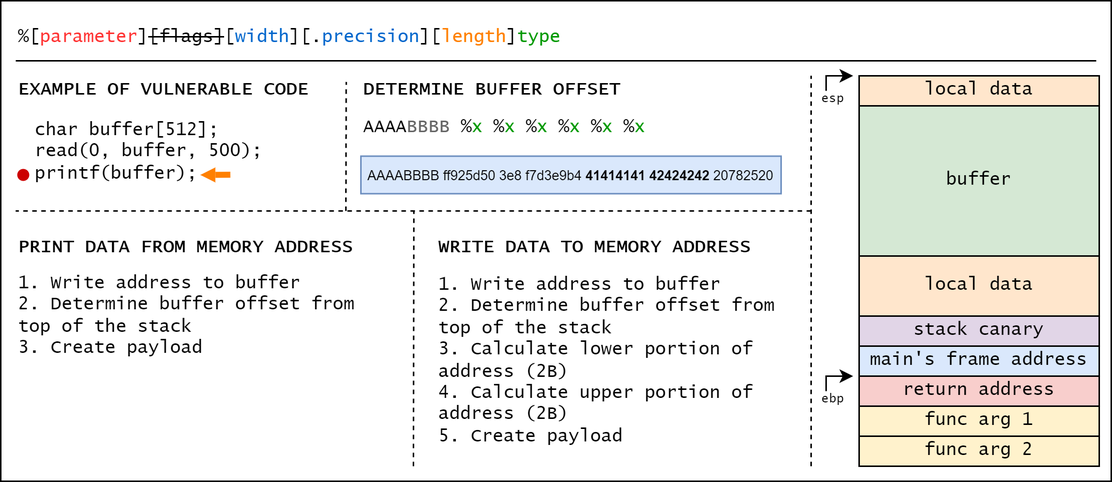
This is images/format-string-rw.png from Sofurs/bit-semestral-project, a draw.io export, as it was before one commit. Source tidied: cells renumbered, new cells last; positions are measured from the earlier drawing's top-left corner, leaving out a move shared by most shapes. Its diagram source:
```xml
<mxGraphModel>
  <root>
    <mxCell id="0" />
    <mxCell id="1" parent="0" />
    <mxCell id="2" style="rounded=0;whiteSpace=wrap;html=1;fontFamily=Lucida Console;fontColor=#000000;fillColor=none;" parent="1" vertex="1">
      <mxGeometry width="740" height="320" as="geometry" />
    </mxCell>
    <mxCell id="3" value="%[&lt;font color=&quot;#ff3333&quot;&gt;parameter&lt;/font&gt;]&lt;strike&gt;[flags]&lt;/strike&gt;[&lt;font color=&quot;#0066cc&quot;&gt;width&lt;/font&gt;][.&lt;font color=&quot;#0066cc&quot;&gt;precision&lt;/font&gt;][&lt;font color=&quot;#ff8000&quot;&gt;length&lt;/font&gt;]&lt;font color=&quot;#009900&quot;&gt;type&lt;/font&gt;" style="text;html=1;align=left;verticalAlign=middle;strokeColor=none;fillColor=none;fontFamily=Lucida Console;fontColor=#000000;" parent="1" vertex="1">
      <mxGeometry x="10" y="10" width="390" height="30" as="geometry" />
    </mxCell>
    <mxCell id="4" style="endArrow=none;html=1;rounded=0;fontFamily=Lucida Console;fontColor=#000000;" parent="1" edge="1">
      <mxGeometry relative="1" as="geometry">
        <mxPoint x="730" y="40" as="sourcePoint" />
        <mxPoint x="10" y="40" as="targetPoint" />
      </mxGeometry>
    </mxCell>
    <mxCell id="5" value="&lt;b&gt;PRINT DATA FROM MEMORY ADDRESS&lt;/b&gt;" style="text;html=1;align=left;verticalAlign=middle;strokeColor=none;fillColor=none;fontFamily=Lucida Console;fontColor=#000000;" parent="1" vertex="1">
      <mxGeometry x="10" y="150" width="250" height="30" as="geometry" />
    </mxCell>
    <mxCell id="6" value="&lt;b&gt;WRITE DATA TO MEMORY ADDRESS&lt;/b&gt;" style="text;html=1;align=left;verticalAlign=middle;strokeColor=none;fillColor=none;fontFamily=Lucida Console;fontColor=#000000;" parent="1" vertex="1">
      <mxGeometry x="290" y="150" width="230" height="30" as="geometry" />
    </mxCell>
    <mxCell id="7" value="&lt;b&gt;EXAMPLE OF VULNERABLE CODE&lt;/b&gt;" style="text;html=1;align=left;verticalAlign=middle;points=[];strokeColor=none;fillColor=none;fontFamily=Lucida Console;fontColor=#000000;" parent="1" vertex="1">
      <mxGeometry x="10" y="45" width="220" height="30" as="geometry" />
    </mxCell>
    <mxCell id="8" value="&lt;b&gt;DETERMINE BUFFER OFFSET&lt;/b&gt;" style="text;html=1;align=left;verticalAlign=middle;strokeColor=none;fillColor=none;fontFamily=Lucida Console;fontColor=#000000;" parent="1" vertex="1">
      <mxGeometry x="240" y="45" width="190" height="30" as="geometry" />
    </mxCell>
    <mxCell id="9" style="endArrow=none;dashed=1;html=1;rounded=0;fontFamily=Lucida Console;fontColor=#000000;entryX=1.001;entryY=0.303;entryDx=0;entryDy=0;entryPerimeter=0;" parent="1" edge="1" target="7">
      <mxGeometry relative="1" as="geometry">
        <mxPoint x="230" y="140" as="sourcePoint" />
      </mxGeometry>
    </mxCell>
    <mxCell id="10" style="endArrow=none;dashed=1;html=1;rounded=0;fontFamily=Lucida Console;fontColor=#000000;" parent="1" edge="1">
      <mxGeometry relative="1" as="geometry">
        <mxPoint x="540" y="140" as="sourcePoint" />
        <mxPoint x="10" y="140" as="targetPoint" />
      </mxGeometry>
    </mxCell>
    <mxCell id="11" style="endArrow=none;dashed=1;html=1;rounded=0;fontFamily=Lucida Console;fontColor=#000000;" parent="1" edge="1">
      <mxGeometry relative="1" as="geometry">
        <mxPoint x="540" y="310" as="sourcePoint" />
        <mxPoint x="540" y="50" as="targetPoint" />
      </mxGeometry>
    </mxCell>
    <mxCell id="12" value="return address" style="rounded=0;whiteSpace=wrap;html=1;fontFamily=Lucida Console;fontSize=12;fillColor=#f8cecc;strokeColor=default;" parent="1" vertex="1">
      <mxGeometry x="572" y="250" width="160" height="20" as="geometry" />
    </mxCell>
    <mxCell id="13" value="main's frame address" style="rounded=0;whiteSpace=wrap;html=1;fontFamily=Lucida Console;fontSize=12;fillColor=#dae8fc;strokeColor=default;" parent="1" vertex="1">
      <mxGeometry x="572" y="230" width="160" height="20" as="geometry" />
    </mxCell>
    <mxCell id="14" value="stack canary" style="rounded=0;whiteSpace=wrap;html=1;fontFamily=Lucida Console;fontSize=12;fillColor=#e1d5e7;strokeColor=default;" parent="1" vertex="1">
      <mxGeometry x="572" y="210" width="160" height="20" as="geometry" />
    </mxCell>
    <mxCell id="15" value="local data" style="rounded=0;whiteSpace=wrap;html=1;fontFamily=Lucida Console;fontSize=12;fillColor=#ffe6cc;strokeColor=default;" parent="1" vertex="1">
      <mxGeometry x="572" y="170" width="160" height="40" as="geometry" />
    </mxCell>
    <mxCell id="16" value="func arg 1" style="rounded=0;whiteSpace=wrap;html=1;fontFamily=Lucida Console;fontSize=12;fillColor=#fff2cc;strokeColor=default;" parent="1" vertex="1">
      <mxGeometry x="572" y="270" width="160" height="20" as="geometry" />
    </mxCell>
    <mxCell id="17" value="func arg 2" style="rounded=0;whiteSpace=wrap;html=1;fontFamily=Lucida Console;fontSize=12;fillColor=#fff2cc;strokeColor=default;" parent="1" vertex="1">
      <mxGeometry x="572" y="290" width="160" height="20" as="geometry" />
    </mxCell>
    <mxCell id="18" value="buffer" style="rounded=0;whiteSpace=wrap;html=1;fontFamily=Lucida Console;fontSize=12;fillColor=#d5e8d4;strokeColor=default;" parent="1" vertex="1">
      <mxGeometry x="572" y="70" width="160" height="100" as="geometry" />
    </mxCell>
    <mxCell id="19" value="local data" style="rounded=0;whiteSpace=wrap;html=1;fontFamily=Lucida Console;fontSize=12;fillColor=#ffe6cc;strokeColor=default;" parent="1" vertex="1">
      <mxGeometry x="572" y="50" width="160" height="20" as="geometry" />
    </mxCell>
    <mxCell id="20" value="&lt;font style=&quot;font-size: 8px;&quot;&gt;ebp&lt;/font&gt;" style="text;html=1;strokeColor=none;fillColor=none;align=center;verticalAlign=middle;whiteSpace=wrap;rounded=0;fontFamily=Lucida Console;fontSize=12;fontColor=default;" parent="1" vertex="1">
      <mxGeometry x="545" y="260" width="20" height="10" as="geometry" />
    </mxCell>
    <mxCell id="21" style="endArrow=classic;html=1;fontFamily=Lucida Console;fontSize=12;fontColor=default;endSize=6;startSize=6;jumpSize=6;sketch=0;rounded=0;" parent="1" edge="1">
      <mxGeometry relative="1" as="geometry">
        <mxPoint x="550" y="260" as="sourcePoint" />
        <mxPoint x="568" y="250" as="targetPoint" />
        <Array as="points">
          <mxPoint x="550" y="250" />
        </Array>
      </mxGeometry>
    </mxCell>
    <mxCell id="22" value="&lt;font style=&quot;font-size: 8px;&quot;&gt;esp&lt;/font&gt;" style="text;html=1;strokeColor=none;fillColor=none;align=center;verticalAlign=middle;whiteSpace=wrap;rounded=0;fontFamily=Lucida Console;fontSize=12;fontColor=default;" parent="1" vertex="1">
      <mxGeometry x="545" y="60" width="20" height="10" as="geometry" />
    </mxCell>
    <mxCell id="23" style="endArrow=classic;html=1;fontFamily=Lucida Console;fontSize=12;fontColor=default;endSize=6;startSize=6;jumpSize=6;sketch=0;rounded=0;" parent="1" edge="1">
      <mxGeometry relative="1" as="geometry">
        <mxPoint x="550" y="60" as="sourcePoint" />
        <mxPoint x="568" y="50" as="targetPoint" />
        <Array as="points">
          <mxPoint x="550" y="50" />
        </Array>
      </mxGeometry>
    </mxCell>
    <mxCell id="24" style="group;" parent="1" vertex="1">
      <mxGeometry x="10" y="81" width="171" height="40" as="geometry" />
    </mxCell>
    <mxCell id="25" style="group;" parent="24" vertex="1">
      <mxGeometry width="171" height="40" as="geometry" />
    </mxCell>
    <mxCell id="26" value="char buffer[512];&lt;br&gt;read(0, buffer, 500);&lt;br&gt;printf(buffer);" style="text;html=1;strokeColor=none;fillColor=none;align=left;verticalAlign=middle;whiteSpace=wrap;rounded=0;fontFamily=Lucida Console;fontSize=12;fontColor=default;" parent="25" vertex="1">
      <mxGeometry x="11" width="160" height="40" as="geometry" />
    </mxCell>
    <mxCell id="27" style="ellipse;whiteSpace=wrap;html=1;strokeColor=none;fontFamily=Lucida Console;fontSize=12;fillColor=#CC0000;" parent="25" vertex="1">
      <mxGeometry x="1" y="31" width="8" height="8" as="geometry" />
    </mxCell>
    <mxCell id="28" style="group;" parent="25" vertex="1">
      <mxGeometry x="123" y="30" width="20" height="10" as="geometry" />
    </mxCell>
    <mxCell id="29" style="group;" parent="28" vertex="1">
      <mxGeometry width="20" height="10" as="geometry" />
    </mxCell>
    <mxCell id="30" style="triangle;whiteSpace=wrap;html=1;strokeColor=none;fontFamily=Lucida Console;fontSize=12;fontColor=default;fillColor=#FF8000;flipV=0;flipH=1;" parent="29" vertex="1">
      <mxGeometry width="10" height="10" as="geometry" />
    </mxCell>
    <mxCell id="31" style="endArrow=none;html=1;fontFamily=Lucida Console;fontSize=12;fontColor=default;endSize=6;startSize=6;jumpSize=6;fillColor=#ffe6cc;strokeColor=#FF8000;sketch=0;rounded=0;strokeWidth=4;endFill=0;" parent="29" edge="1" target="30">
      <mxGeometry relative="1" as="geometry">
        <mxPoint x="20" y="4.9" as="sourcePoint" />
      </mxGeometry>
    </mxCell>
    <mxCell id="32" value="AAAA&lt;font color=&quot;#666666&quot;&gt;BBBB&lt;/font&gt; %&lt;font color=&quot;#009900&quot;&gt;x&lt;/font&gt; %&lt;font color=&quot;#009900&quot;&gt;x&lt;/font&gt;&amp;nbsp;%&lt;font color=&quot;#009900&quot;&gt;x&lt;/font&gt;&amp;nbsp;%&lt;font color=&quot;#009900&quot;&gt;x&lt;/font&gt;&amp;nbsp;%&lt;font color=&quot;#009900&quot;&gt;x&lt;/font&gt;&amp;nbsp;%&lt;font color=&quot;#009900&quot;&gt;x&lt;/font&gt;" style="text;html=1;strokeColor=none;fillColor=none;align=left;verticalAlign=middle;whiteSpace=wrap;rounded=0;fontFamily=Lucida Console;fontColor=#000000;" parent="1" vertex="1">
      <mxGeometry x="240" y="75" width="280" height="20" as="geometry" />
    </mxCell>
    <mxCell id="33" style="endArrow=none;dashed=1;html=1;rounded=0;fontFamily=Lucida Console;fontColor=#000000;" parent="1" edge="1">
      <mxGeometry relative="1" as="geometry">
        <mxPoint x="275" y="310" as="sourcePoint" />
        <mxPoint x="275.3" y="140" as="targetPoint" />
      </mxGeometry>
    </mxCell>
    <mxCell id="34" value="1. Write address to buffer&lt;br&gt;2. Determine buffer offset from top of the stack&lt;br&gt;3. Create payload&lt;br&gt;" style="text;html=1;strokeColor=none;fillColor=none;align=left;verticalAlign=middle;whiteSpace=wrap;rounded=0;fontFamily=Lucida Console;fontColor=#000000;" parent="1" vertex="1">
      <mxGeometry x="10" y="180" width="240" height="60" as="geometry" />
    </mxCell>
    <mxCell id="35" value="&lt;font style=&quot;font-size: 12px;&quot;&gt;1. Write address to buffer&lt;br&gt;2. Determine buffer offset from top of the stack&lt;br&gt;3. Calculate lower portion of address (2B)&lt;br&gt;4. Calculate upper portion of address (2B)&lt;br&gt;5. Create payload&lt;br&gt;&lt;/font&gt;" style="text;html=1;strokeColor=none;fillColor=none;align=left;verticalAlign=middle;whiteSpace=wrap;rounded=0;fontFamily=Lucida Console;fontColor=#000000;" parent="1" vertex="1">
      <mxGeometry x="290" y="180" width="240" height="120" as="geometry" />
    </mxCell>
    <mxCell id="36" value="&lt;font style=&quot;font-size: 9px;&quot;&gt;AAAABBBB ff925d50 3e8 f7d3e9b4 &lt;b&gt;41414141&lt;/b&gt; &lt;b&gt;42424242&lt;/b&gt; 20782520&lt;/font&gt;" style="text;html=1;strokeColor=#6c8ebf;fillColor=#dae8fc;align=center;verticalAlign=middle;whiteSpace=wrap;rounded=0;" parent="1" vertex="1">
      <mxGeometry x="240" y="103.5" width="280" height="25" as="geometry" />
    </mxCell>
  </root>
</mxGraphModel>
```
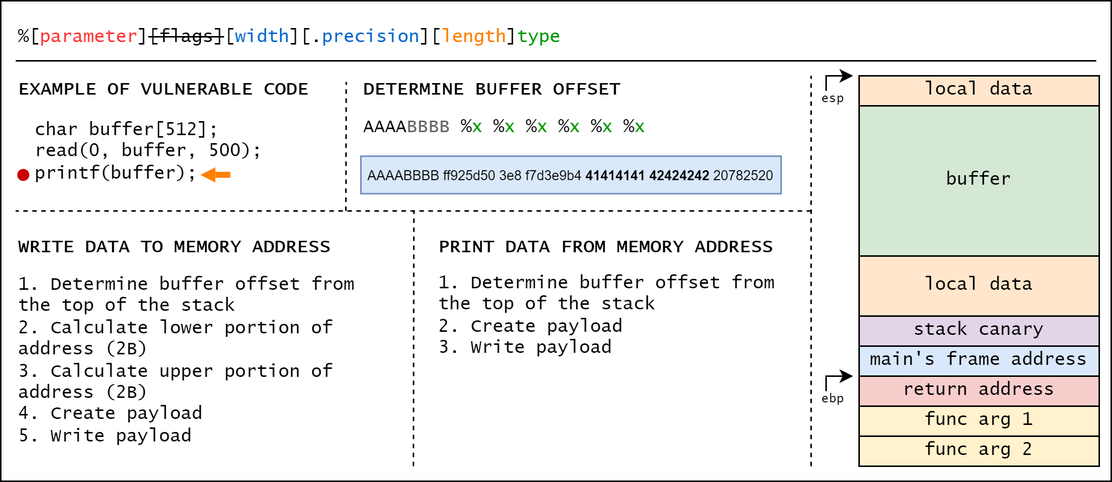
After the commit.

What changed in the source:
```diff
@@ -15,10 +15,10 @@
       </mxGeometry>
     </mxCell>
     <mxCell id="5" value="&lt;b&gt;PRINT DATA FROM MEMORY ADDRESS&lt;/b&gt;" style="text;html=1;align=left;verticalAlign=middle;strokeColor=none;fillColor=none;fontFamily=Lucida Console;fontColor=#000000;" parent="1" vertex="1">
-      <mxGeometry x="10" y="150" width="250" height="30" as="geometry" />
+      <mxGeometry x="290" y="150" width="250" height="30" as="geometry" />
     </mxCell>
     <mxCell id="6" value="&lt;b&gt;WRITE DATA TO MEMORY ADDRESS&lt;/b&gt;" style="text;html=1;align=left;verticalAlign=middle;strokeColor=none;fillColor=none;fontFamily=Lucida Console;fontColor=#000000;" parent="1" vertex="1">
-      <mxGeometry x="290" y="150" width="230" height="30" as="geometry" />
+      <mxGeometry x="10" y="150" width="230" height="30" as="geometry" />
     </mxCell>
     <mxCell id="7" value="&lt;b&gt;EXAMPLE OF VULNERABLE CODE&lt;/b&gt;" style="text;html=1;align=left;verticalAlign=middle;points=[];strokeColor=none;fillColor=none;fontFamily=Lucida Console;fontColor=#000000;" parent="1" vertex="1">
       <mxGeometry x="10" y="45" width="220" height="30" as="geometry" />
@@ -126,11 +126,11 @@
         <mxPoint x="275.3" y="140" as="targetPoint" />
       </mxGeometry>
     </mxCell>
-    <mxCell id="34" value="1. Write address to buffer&lt;br&gt;2. Determine buffer offset from top of the stack&lt;br&gt;3. Create payload&lt;br&gt;" style="text;html=1;strokeColor=none;fillColor=none;align=left;verticalAlign=middle;whiteSpace=wrap;rounded=0;fontFamily=Lucida Console;fontColor=#000000;" parent="1" vertex="1">
-      <mxGeometry x="10" y="180" width="240" height="60" as="geometry" />
+    <mxCell id="34" value="1. Determine buffer offset from the top of the stack&lt;br&gt;2. Create payload&lt;br&gt;3. Write payload" style="text;html=1;strokeColor=none;fillColor=none;align=left;verticalAlign=middle;whiteSpace=wrap;rounded=0;fontFamily=Lucida Console;fontColor=#000000;" parent="1" vertex="1">
+      <mxGeometry x="290" y="180" width="240" height="60" as="geometry" />
     </mxCell>
-    <mxCell id="35" value="&lt;font style=&quot;font-size: 12px;&quot;&gt;1. Write address to buffer&lt;br&gt;2. Determine buffer offset from top of the stack&lt;br&gt;3. Calculate lower portion of address (2B)&lt;br&gt;4. Calculate upper portion of address (2B)&lt;br&gt;5. Create payload&lt;br&gt;&lt;/font&gt;" style="text;html=1;strokeColor=none;fillColor=none;align=left;verticalAlign=middle;whiteSpace=wrap;rounded=0;fontFamily=Lucida Console;fontColor=#000000;" parent="1" vertex="1">
-      <mxGeometry x="290" y="180" width="240" height="120" as="geometry" />
+    <mxCell id="35" value="&lt;font style=&quot;font-size: 12px;&quot;&gt;1. Determine buffer offset from the top of the stack&lt;br&gt;2. Calculate lower portion of address (2B)&lt;br&gt;3. Calculate upper portion of address (2B)&lt;br&gt;4. Create payload&lt;br&gt;5. Write payload&lt;br&gt;&lt;/font&gt;" style="text;html=1;strokeColor=none;fillColor=none;align=left;verticalAlign=middle;whiteSpace=wrap;rounded=0;fontFamily=Lucida Console;fontColor=#000000;" parent="1" vertex="1">
+      <mxGeometry x="10" y="180" width="240" height="120" as="geometry" />
     </mxCell>
     <mxCell id="36" value="&lt;font style=&quot;font-size: 9px;&quot;&gt;AAAABBBB ff925d50 3e8 f7d3e9b4 &lt;b&gt;41414141&lt;/b&gt; &lt;b&gt;42424242&lt;/b&gt; 20782520&lt;/font&gt;" style="text;html=1;strokeColor=#6c8ebf;fillColor=#dae8fc;align=center;verticalAlign=middle;whiteSpace=wrap;rounded=0;" parent="1" vertex="1">
       <mxGeometry x="240" y="103.5" width="280" height="25" as="geometry" />
```
